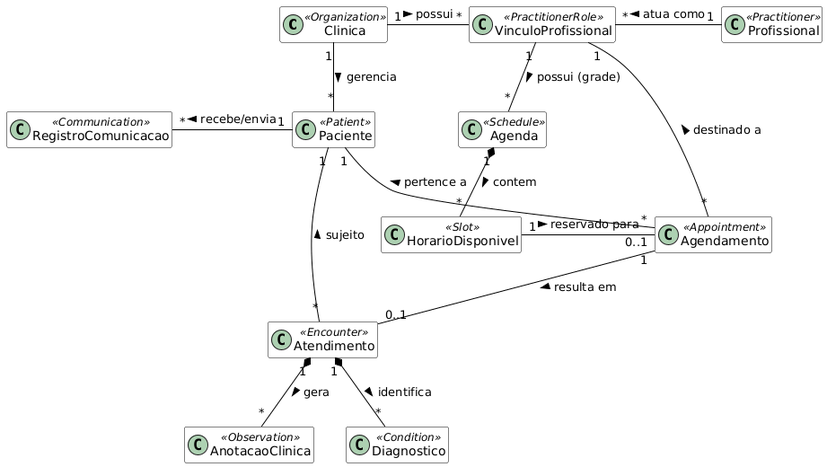
Above: docs/relatorio/images/diagrama-classes-de-analise.png in beatrizmontenegro07/projeto-metodos (PlantUML), before the change.
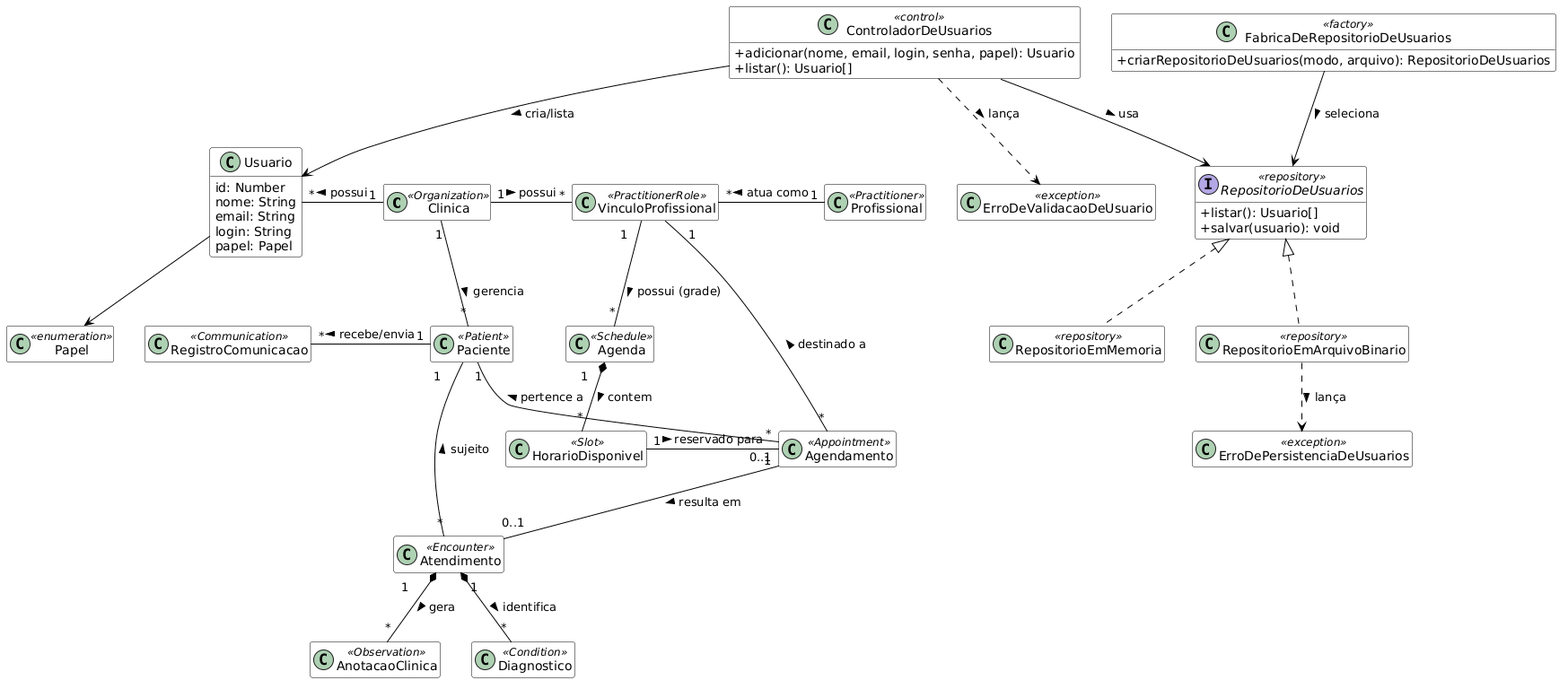
After the commit.

The edit, as a diff of the source:
```diff
@@ -9,9 +9,33 @@
 }
 
 class Clinica <<Organization>>
+class Usuario {
+  id: Number
+  nome: String
+  email: String
+  login: String
+  papel: Papel
+}
+class Papel <<enumeration>>
 class Paciente <<Patient>>
 class Profissional <<Practitioner>>
 class VinculoProfissional <<PractitionerRole>>
+
+class ControladorDeUsuarios <<control>> {
+  +adicionar(nome, email, login, senha, papel): Usuario
+  +listar(): Usuario[]
+}
+interface RepositorioDeUsuarios <<repository>> {
+  +listar(): Usuario[]
+  +salvar(usuario): void
+}
+class RepositorioEmMemoria <<repository>>
+class RepositorioEmArquivoBinario <<repository>>
+class FabricaDeRepositorioDeUsuarios <<factory>> {
+  +criarRepositorioDeUsuarios(modo, arquivo): RepositorioDeUsuarios
+}
+class ErroDeValidacaoDeUsuario <<exception>>
+class ErroDePersistenciaDeUsuarios <<exception>>
 
 class Agenda <<Schedule>>
 class HorarioDisponivel <<Slot>>
@@ -26,6 +50,16 @@
 Clinica "1" -down- "*" Paciente : gerencia >
 Clinica "1" -right- "*" VinculoProfissional : possui >
 Profissional "1" -left- "*" VinculoProfissional : atua como >
+Clinica "1" -left- "*" Usuario : possui >
+Usuario --> Papel
+
+ControladorDeUsuarios --> Usuario : cria/lista >
+ControladorDeUsuarios --> RepositorioDeUsuarios : usa >
+ControladorDeUsuarios ..> ErroDeValidacaoDeUsuario : lança >
+RepositorioDeUsuarios <|.. RepositorioEmMemoria
+RepositorioDeUsuarios <|.. RepositorioEmArquivoBinario
+RepositorioEmArquivoBinario ..> ErroDePersistenciaDeUsuarios : lança >
+FabricaDeRepositorioDeUsuarios --> RepositorioDeUsuarios : seleciona >
 
 Paciente "1" -left- "*" RegistroComunicacao : recebe/envia >
 
@@ -40,4 +74,5 @@
 
 Atendimento "1" *-down- "*" AnotacaoClinica : gera >
 Atendimento "1" *-down- "*" Diagnostico : identifica >
+
 @enduml
```
